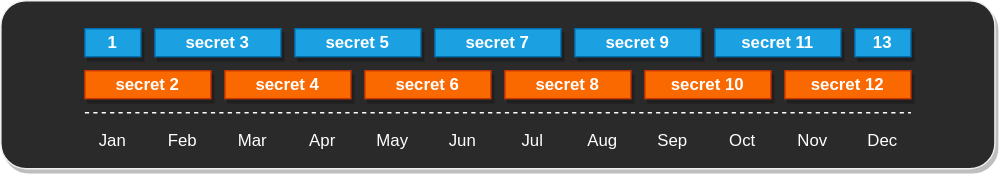
Before: foldr-uk-website/static/img/blog/2021-04-10-terraform-rotate-secrets/rotation.drawio.svg, a diagram exported from draw.io (jamiemccrindle/foldr.uk). Source tidied: cells renumbered, new cells last; positions are measured from the earlier drawing's top-left corner, leaving out a move shared by most shapes.
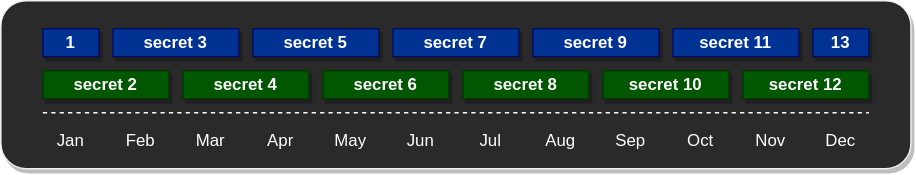
After the commit.

Change to the diagram source:
```diff
@@ -3,7 +3,7 @@
     <mxCell id="0" />
     <mxCell id="1" parent="0" />
     <mxCell id="2" style="rounded=1;whiteSpace=wrap;html=1;shadow=1;sketch=0;strokeColor=#f0f0f0;gradientColor=none;fontColor=#FFFFFF;align=center;fillColor=#2A2A2A;" parent="1" vertex="1">
-      <mxGeometry width="710" height="120" as="geometry" />
+      <mxGeometry x="30" width="650" height="120" as="geometry" />
     </mxCell>
     <mxCell id="3" style="endArrow=none;dashed=1;html=1;align=center;fontColor=#FFFFFF;strokeColor=#FFFFFF;" parent="1" edge="1">
       <mxGeometry relative="1" as="geometry">
@@ -11,7 +11,7 @@
         <mxPoint x="650" y="80" as="targetPoint" />
       </mxGeometry>
     </mxCell>
-    <mxCell id="4" value="secret 2" style="rounded=0;whiteSpace=wrap;html=1;fillColor=#fa6800;strokeColor=#C73500;gradientDirection=west;shadow=1;sketch=0;labelBorderColor=none;fontStyle=1;labelBackgroundColor=none;glass=0;fontColor=#FFFFFF;" parent="1" vertex="1">
+    <mxCell id="4" value="secret 2" style="rounded=0;whiteSpace=wrap;html=1;gradientDirection=west;shadow=1;sketch=0;labelBorderColor=none;fontStyle=1;labelBackgroundColor=none;glass=0;fontColor=#ffffff;fillColor=#005700;strokeColor=#003600;" parent="1" vertex="1">
       <mxGeometry x="60" y="50" width="90" height="20" as="geometry" />
     </mxCell>
     <mxCell id="5" value="Jan" style="text;html=1;fillColor=none;align=center;verticalAlign=middle;whiteSpace=wrap;rounded=0;fontColor=#FFFFFF;" parent="1" vertex="1">
@@ -50,40 +50,40 @@
     <mxCell id="16" value="Dec" style="text;html=1;fillColor=none;align=center;verticalAlign=middle;whiteSpace=wrap;rounded=0;fontColor=#FFFFFF;" parent="1" vertex="1">
       <mxGeometry x="610" y="90" width="40" height="20" as="geometry" />
     </mxCell>
-    <mxCell id="17" value="secret 4" style="rounded=0;whiteSpace=wrap;html=1;fillColor=#fa6800;strokeColor=#C73500;gradientDirection=west;shadow=1;sketch=0;labelBorderColor=none;fontStyle=1;labelBackgroundColor=none;glass=0;fontColor=#FFFFFF;" parent="1" vertex="1">
+    <mxCell id="17" value="secret 4" style="rounded=0;whiteSpace=wrap;html=1;gradientDirection=west;shadow=1;sketch=0;labelBorderColor=none;fontStyle=1;labelBackgroundColor=none;glass=0;fontColor=#ffffff;fillColor=#005700;strokeColor=#003600;" parent="1" vertex="1">
       <mxGeometry x="160" y="50" width="90" height="20" as="geometry" />
     </mxCell>
-    <mxCell id="18" value="secret 6" style="rounded=0;whiteSpace=wrap;html=1;fillColor=#fa6800;strokeColor=#C73500;gradientDirection=west;shadow=1;sketch=0;labelBorderColor=none;fontStyle=1;labelBackgroundColor=none;glass=0;fontColor=#FFFFFF;" parent="1" vertex="1">
+    <mxCell id="18" value="secret 6" style="rounded=0;whiteSpace=wrap;html=1;gradientDirection=west;shadow=1;sketch=0;labelBorderColor=none;fontStyle=1;labelBackgroundColor=none;glass=0;fontColor=#ffffff;fillColor=#005700;strokeColor=#003600;" parent="1" vertex="1">
       <mxGeometry x="260" y="50" width="90" height="20" as="geometry" />
     </mxCell>
-    <mxCell id="19" value="secret 8" style="rounded=0;whiteSpace=wrap;html=1;fillColor=#fa6800;strokeColor=#C73500;gradientDirection=west;shadow=1;sketch=0;labelBorderColor=none;fontStyle=1;labelBackgroundColor=none;glass=0;fontColor=#FFFFFF;" parent="1" vertex="1">
+    <mxCell id="19" value="secret 8" style="rounded=0;whiteSpace=wrap;html=1;gradientDirection=west;shadow=1;sketch=0;labelBorderColor=none;fontStyle=1;labelBackgroundColor=none;glass=0;fontColor=#ffffff;fillColor=#005700;strokeColor=#003600;" parent="1" vertex="1">
       <mxGeometry x="360" y="50" width="90" height="20" as="geometry" />
     </mxCell>
-    <mxCell id="20" value="secret 10" style="rounded=0;whiteSpace=wrap;html=1;fillColor=#fa6800;strokeColor=#C73500;gradientDirection=west;shadow=1;sketch=0;labelBorderColor=none;fontStyle=1;labelBackgroundColor=none;glass=0;fontColor=#FFFFFF;" parent="1" vertex="1">
+    <mxCell id="20" value="secret 10" style="rounded=0;whiteSpace=wrap;html=1;gradientDirection=west;shadow=1;sketch=0;labelBorderColor=none;fontStyle=1;labelBackgroundColor=none;glass=0;fontColor=#ffffff;fillColor=#005700;strokeColor=#003600;" parent="1" vertex="1">
       <mxGeometry x="460" y="50" width="90" height="20" as="geometry" />
     </mxCell>
-    <mxCell id="21" value="secret 12" style="rounded=0;whiteSpace=wrap;html=1;fillColor=#fa6800;strokeColor=#C73500;gradientDirection=west;shadow=1;sketch=0;labelBorderColor=none;fontStyle=1;labelBackgroundColor=none;glass=0;fontColor=#FFFFFF;" parent="1" vertex="1">
+    <mxCell id="21" value="secret 12" style="rounded=0;whiteSpace=wrap;html=1;gradientDirection=west;shadow=1;sketch=0;labelBorderColor=none;fontStyle=1;labelBackgroundColor=none;glass=0;fontColor=#ffffff;fillColor=#005700;strokeColor=#003600;" parent="1" vertex="1">
       <mxGeometry x="560" y="50" width="90" height="20" as="geometry" />
     </mxCell>
-    <mxCell id="22" value="secret 3" style="rounded=0;whiteSpace=wrap;html=1;fillColor=#1ba1e2;strokeColor=#006EAF;sketch=0;shadow=1;labelBorderColor=none;fontStyle=1;labelBackgroundColor=none;glass=0;fontColor=#FFFFFF;" parent="1" vertex="1">
+    <mxCell id="22" value="secret 3" style="rounded=0;whiteSpace=wrap;html=1;sketch=0;shadow=1;labelBorderColor=none;fontStyle=1;labelBackgroundColor=none;glass=0;fontColor=#ffffff;fillColor=#003294;strokeColor=#000E5C;" parent="1" vertex="1">
       <mxGeometry x="110" y="20" width="90" height="20" as="geometry" />
     </mxCell>
-    <mxCell id="23" value="secret 5" style="rounded=0;whiteSpace=wrap;html=1;fillColor=#1ba1e2;strokeColor=#006EAF;sketch=0;shadow=1;labelBorderColor=none;fontStyle=1;labelBackgroundColor=none;glass=0;fontColor=#FFFFFF;" parent="1" vertex="1">
+    <mxCell id="23" value="secret 5" style="rounded=0;whiteSpace=wrap;html=1;sketch=0;shadow=1;labelBorderColor=none;fontStyle=1;labelBackgroundColor=none;glass=0;fontColor=#ffffff;fillColor=#003294;strokeColor=#000E5C;" parent="1" vertex="1">
       <mxGeometry x="210" y="20" width="90" height="20" as="geometry" />
     </mxCell>
-    <mxCell id="24" value="secret 7" style="rounded=0;whiteSpace=wrap;html=1;fillColor=#1ba1e2;strokeColor=#006EAF;sketch=0;shadow=1;labelBorderColor=none;fontStyle=1;labelBackgroundColor=none;glass=0;fontColor=#FFFFFF;" parent="1" vertex="1">
+    <mxCell id="24" value="secret 7" style="rounded=0;whiteSpace=wrap;html=1;sketch=0;shadow=1;labelBorderColor=none;fontStyle=1;labelBackgroundColor=none;glass=0;fontColor=#ffffff;fillColor=#003294;strokeColor=#000E5C;" parent="1" vertex="1">
       <mxGeometry x="310" y="20" width="90" height="20" as="geometry" />
     </mxCell>
-    <mxCell id="25" value="secret 9" style="rounded=0;whiteSpace=wrap;html=1;fillColor=#1ba1e2;strokeColor=#006EAF;sketch=0;shadow=1;labelBorderColor=none;fontStyle=1;labelBackgroundColor=none;glass=0;fontColor=#FFFFFF;" parent="1" vertex="1">
+    <mxCell id="25" value="secret 9" style="rounded=0;whiteSpace=wrap;html=1;sketch=0;shadow=1;labelBorderColor=none;fontStyle=1;labelBackgroundColor=none;glass=0;fontColor=#ffffff;fillColor=#003294;strokeColor=#000E5C;" parent="1" vertex="1">
       <mxGeometry x="410" y="20" width="90" height="20" as="geometry" />
     </mxCell>
-    <mxCell id="26" value="secret 11" style="rounded=0;whiteSpace=wrap;html=1;fillColor=#1ba1e2;strokeColor=#006EAF;sketch=0;shadow=1;labelBorderColor=none;fontStyle=1;labelBackgroundColor=none;glass=0;fontColor=#FFFFFF;" parent="1" vertex="1">
+    <mxCell id="26" value="secret 11" style="rounded=0;whiteSpace=wrap;html=1;sketch=0;shadow=1;labelBorderColor=none;fontStyle=1;labelBackgroundColor=none;glass=0;fontColor=#ffffff;fillColor=#003294;strokeColor=#000E5C;" parent="1" vertex="1">
       <mxGeometry x="510" y="20" width="90" height="20" as="geometry" />
     </mxCell>
-    <mxCell id="27" value="13" style="rounded=0;whiteSpace=wrap;html=1;fillColor=#1ba1e2;strokeColor=#006EAF;sketch=0;shadow=1;labelBorderColor=none;fontStyle=1;labelBackgroundColor=none;glass=0;fontColor=#FFFFFF;" parent="1" vertex="1">
+    <mxCell id="27" value="13" style="rounded=0;whiteSpace=wrap;html=1;sketch=0;shadow=1;labelBorderColor=none;fontStyle=1;labelBackgroundColor=none;glass=0;fontColor=#ffffff;fillColor=#003294;strokeColor=#000E5C;" parent="1" vertex="1">
       <mxGeometry x="610" y="20" width="40" height="20" as="geometry" />
     </mxCell>
-    <mxCell id="28" value="1" style="rounded=0;whiteSpace=wrap;html=1;fillColor=#1ba1e2;strokeColor=#006EAF;sketch=0;shadow=1;labelBorderColor=none;fontStyle=1;labelBackgroundColor=none;glass=0;fontColor=#FFFFFF;" parent="1" vertex="1">
+    <mxCell id="28" value="1" style="rounded=0;whiteSpace=wrap;html=1;sketch=0;shadow=1;labelBorderColor=none;fontStyle=1;labelBackgroundColor=none;glass=0;fontColor=#ffffff;fillColor=#003294;strokeColor=#000E5C;" parent="1" vertex="1">
       <mxGeometry x="60" y="20" width="40" height="20" as="geometry" />
     </mxCell>
   </root>
```
